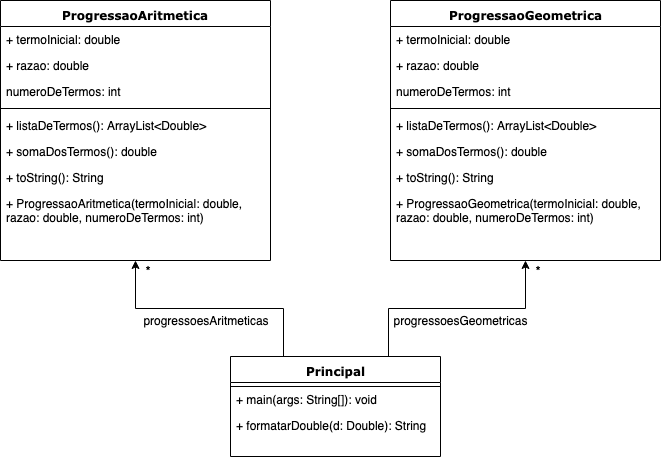
Earlier version of the draw.io export Exercicios/secaoII/exercicio_3/diagClassesExercicio3.png (Felizolinha/fga_oo_turmaA). Source tidied: cells renumbered, new cells last; positions are measured from the earlier drawing's top-left corner, leaving out a move shared by most shapes.
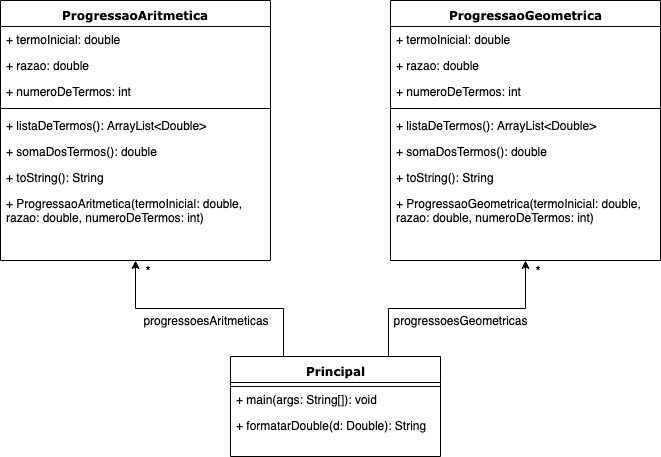
After the commit.

Commit message:
[Lista - Seção II] Quebra de linha e diagrama no README concertados.

Change to the diagram source:
```diff
@@ -11,7 +11,7 @@
     <mxCell id="4" value="+ razao: double" style="text;html=1;strokeColor=none;fillColor=none;align=left;verticalAlign=top;spacingLeft=4;spacingRight=4;whiteSpace=wrap;overflow=hidden;" parent="2" vertex="1">
       <mxGeometry y="52" width="270" height="26" as="geometry" />
     </mxCell>
-    <mxCell id="5" value="numeroDeTermos: int" style="text;html=1;strokeColor=none;fillColor=none;align=left;verticalAlign=top;spacingLeft=4;spacingRight=4;whiteSpace=wrap;overflow=hidden;" parent="2" vertex="1">
+    <mxCell id="5" value="+ numeroDeTermos: int" style="text;html=1;strokeColor=none;fillColor=none;align=left;verticalAlign=top;spacingLeft=4;spacingRight=4;whiteSpace=wrap;overflow=hidden;" parent="2" vertex="1">
       <mxGeometry y="78" width="270" height="26" as="geometry" />
     </mxCell>
     <mxCell id="6" style="line;html=1;strokeWidth=1;fillColor=none;align=left;verticalAlign=middle;spacingTop=-1;spacingLeft=3;spacingRight=3;labelPosition=right;" parent="2" vertex="1">
@@ -50,7 +50,7 @@
     <mxCell id="17" value="+ razao: double" style="text;html=1;strokeColor=none;fillColor=none;align=left;verticalAlign=top;spacingLeft=4;spacingRight=4;whiteSpace=wrap;overflow=hidden;" parent="15" vertex="1">
       <mxGeometry y="52" width="270" height="26" as="geometry" />
     </mxCell>
-    <mxCell id="18" value="numeroDeTermos: int" style="text;html=1;strokeColor=none;fillColor=none;align=left;verticalAlign=top;spacingLeft=4;spacingRight=4;whiteSpace=wrap;overflow=hidden;" parent="15" vertex="1">
+    <mxCell id="18" value="+ numeroDeTermos: int" style="text;html=1;strokeColor=none;fillColor=none;align=left;verticalAlign=top;spacingLeft=4;spacingRight=4;whiteSpace=wrap;overflow=hidden;" parent="15" vertex="1">
       <mxGeometry y="78" width="270" height="26" as="geometry" />
     </mxCell>
     <mxCell id="19" style="line;html=1;strokeWidth=1;fillColor=none;align=left;verticalAlign=middle;spacingTop=-1;spacingLeft=3;spacingRight=3;labelPosition=right;" parent="15" vertex="1">
```
